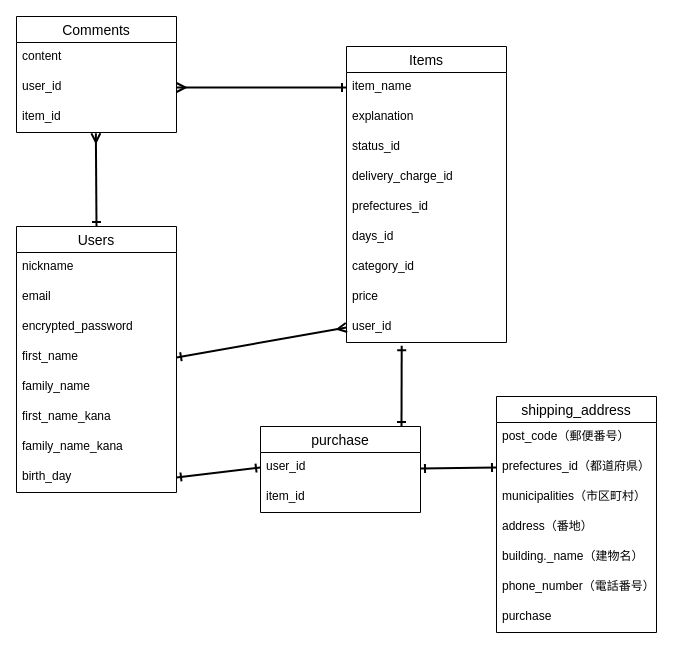
Above: databece.dio in shimi1991/furima-37284 (draw.io), before the change. Source tidied: cells renumbered, new cells numbered last; positions are measured from the earlier drawing's top-left corner, leaving out a move shared by most shapes. Both pictures are drawn from the tidied source at 100%, with x=0, y=0 at pixel (16, 16).
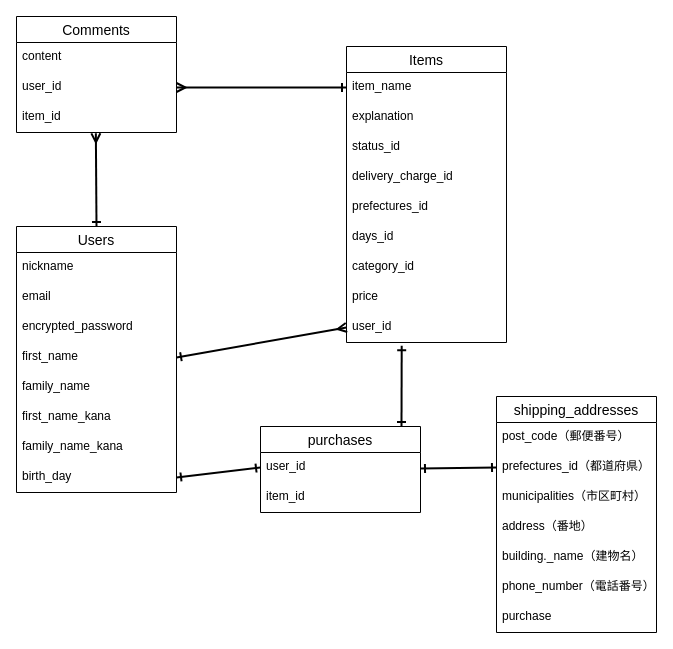
The same diagram, later.

Diff of the diagram source:
```diff
@@
-    <mxCell id="23" value="shipping_address" style="swimlane;fontStyle=0;horizontal=1;startSize=26;align=center;fontSize=14;" parent="1" vertex="1">
+    <mxCell id="23" value="shipping_addresses" style="swimlane;fontStyle=0;horizontal=1;startSize=26;align=center;fontSize=14;" parent="1" vertex="1">
       <mxGeometry x="480" y="380" width="160" height="236" as="geometry" />
     </mxCell>
@@
-    <mxCell id="33" value="purchase" style="swimlane;fontStyle=0;horizontal=1;startSize=26;align=center;fontSize=14;" parent="1" vertex="1">
+    <mxCell id="33" value="purchases" style="swimlane;fontStyle=0;horizontal=1;startSize=26;align=center;fontSize=14;" parent="1" vertex="1">
       <mxGeometry x="244" y="410" width="160" height="86" as="geometry" />
     </mxCell>
```
